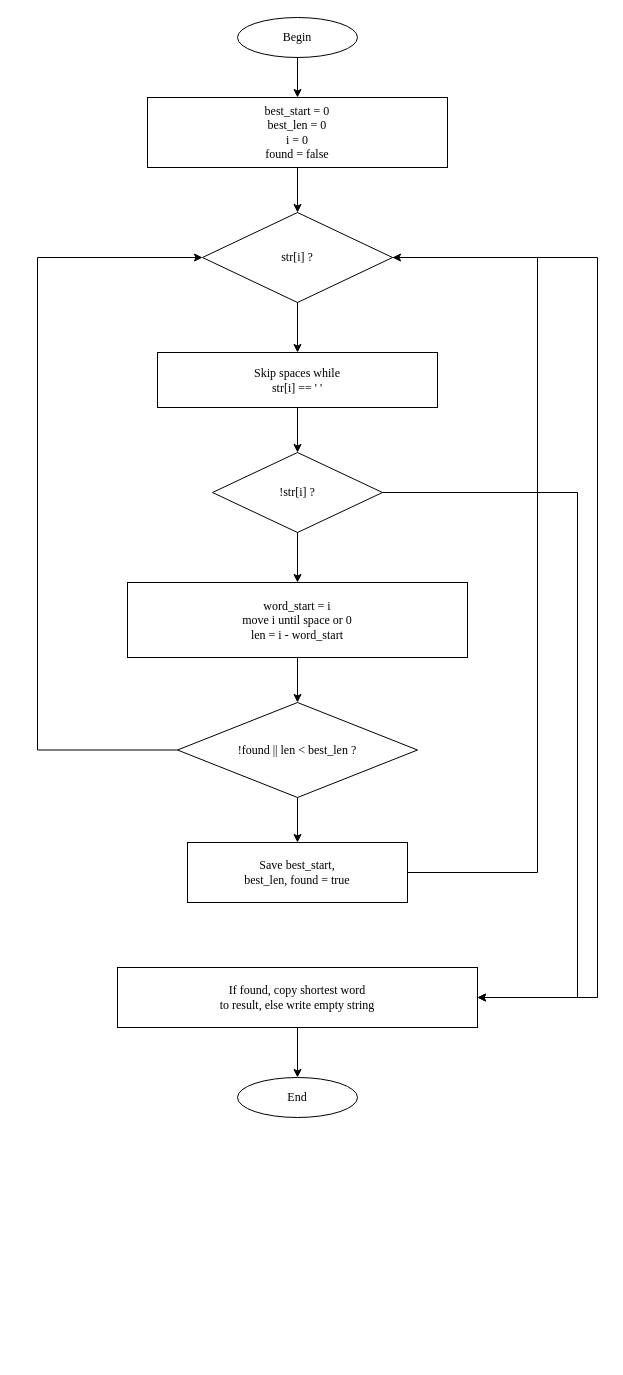
st93642/TSI keeps this draw.io diagram as page "shortestWord char*" (1 of 3) of LAB2_1/LAB2_1.drawio. Above is the earlier version. Source tidied: cells renumbered, new cells numbered last; positions are measured from the earlier drawing's top-left corner, leaving out a move shared by most shapes. Both pictures are drawn from the tidied source at 100%, with x=0, y=0 at pixel (37, 17).
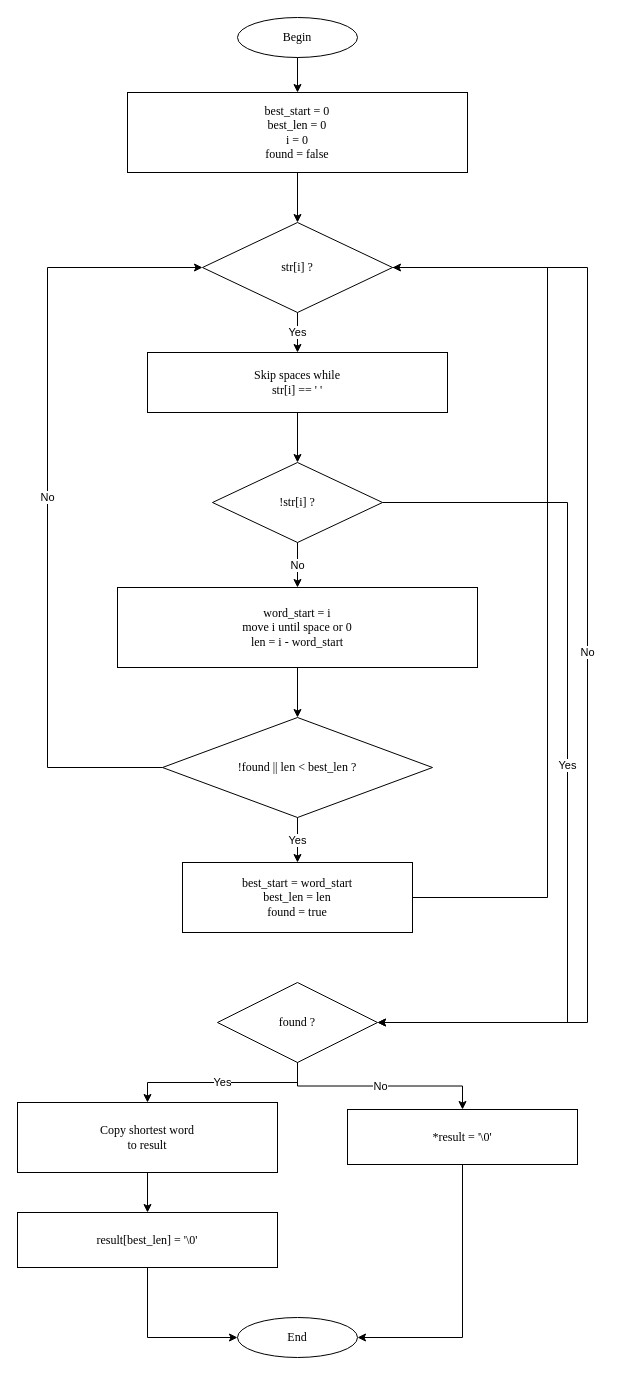
The same diagram, later.

The edit, as a diff of the source:
```diff
@@
     <mxCell id="3" value="best_start = 0&lt;br&gt;best_len = 0&lt;br&gt;i = 0&lt;br&gt;found = false" style="rounded=0;whiteSpace=wrap;html=1;fontFamily=Times New Roman;fontSize=12;" parent="1" vertex="1">
-      <mxGeometry x="110" y="80" width="300" height="70" as="geometry" />
+      <mxGeometry x="90" y="75" width="340" height="80" as="geometry" />
     </mxCell>
     <mxCell id="4" value="str[i] ?" style="rhombus;whiteSpace=wrap;html=1;fontFamily=Times New Roman;fontSize=12;" parent="1" vertex="1">
-      <mxGeometry x="165" y="195" width="190" height="90" as="geometry" />
+      <mxGeometry x="165" y="205" width="190" height="90" as="geometry" />
     </mxCell>
     <mxCell id="5" value="Skip spaces while&lt;br&gt;str[i] == ' '" style="rounded=0;whiteSpace=wrap;html=1;fontFamily=Times New Roman;fontSize=12;" parent="1" vertex="1">
-      <mxGeometry x="120" y="335" width="280" height="55" as="geometry" />
+      <mxGeometry x="110" y="335" width="300" height="60" as="geometry" />
     </mxCell>
     <mxCell id="6" value="!str[i] ?" style="rhombus;whiteSpace=wrap;html=1;fontFamily=Times New Roman;fontSize=12;" parent="1" vertex="1">
-      <mxGeometry x="175" y="435" width="170" height="80" as="geometry" />
+      <mxGeometry x="175" y="445" width="170" height="80" as="geometry" />
     </mxCell>
     <mxCell id="7" value="word_start = i&lt;br&gt;move i until space or 0&lt;br&gt;len = i - word_start" style="rounded=0;whiteSpace=wrap;html=1;fontFamily=Times New Roman;fontSize=12;" parent="1" vertex="1">
-      <mxGeometry x="90" y="565" width="340" height="75" as="geometry" />
+      <mxGeometry x="80" y="570" width="360" height="80" as="geometry" />
     </mxCell>
     <mxCell id="8" value="!found || len &lt; best_len ?" style="rhombus;whiteSpace=wrap;html=1;fontFamily=Times New Roman;fontSize=12;" parent="1" vertex="1">
-      <mxGeometry x="140" y="685" width="240" height="95" as="geometry" />
+      <mxGeometry x="125" y="700" width="270" height="100" as="geometry" />
     </mxCell>
-    <mxCell id="9" value="Save best_start,&lt;br&gt;best_len, found = true" style="rounded=0;whiteSpace=wrap;html=1;fontFamily=Times New Roman;fontSize=12;" parent="1" vertex="1">
-      <mxGeometry x="150" y="825" width="220" height="60" as="geometry" />
+    <mxCell id="9" value="best_start = word_start&lt;br&gt;best_len = len&lt;br&gt;found = true" style="rounded=0;whiteSpace=wrap;html=1;fontFamily=Times New Roman;fontSize=12;" parent="1" vertex="1">
+      <mxGeometry x="145" y="845" width="230" height="70" as="geometry" />
     </mxCell>
+    <mxCell id="24" value="found ?" style="rhombus;whiteSpace=wrap;html=1;fontFamily=Times New Roman;fontSize=12;" parent="1" vertex="1">
+      <mxGeometry x="180" y="965" width="160" height="80" as="geometry" />
+    </mxCell>
-    <mxCell id="10" value="If found, copy shortest word&lt;br&gt;to result, else write empty string" style="rounded=0;whiteSpace=wrap;html=1;fontFamily=Times New Roman;fontSize=12;" parent="1" vertex="1">
-      <mxGeometry x="80" y="950" width="360" height="60" as="geometry" />
+    <mxCell id="10" value="Copy shortest word&lt;br&gt;to result" style="rounded=0;whiteSpace=wrap;html=1;fontFamily=Times New Roman;fontSize=12;" parent="1" vertex="1">
+      <mxGeometry x="-20" y="1085" width="260" height="70" as="geometry" />
     </mxCell>
+    <mxCell id="25" value="result[best_len] = '\0'" style="rounded=0;whiteSpace=wrap;html=1;fontFamily=Times New Roman;fontSize=12;" parent="1" vertex="1">
+      <mxGeometry x="-20" y="1195" width="260" height="55" as="geometry" />
+    </mxCell>
+    <mxCell id="26" value="*result = '\0'" style="rounded=0;whiteSpace=wrap;html=1;fontFamily=Times New Roman;fontSize=12;" parent="1" vertex="1">
+      <mxGeometry x="310" y="1092" width="230" height="55" as="geometry" />
+    </mxCell>
     <mxCell id="11" value="End" style="ellipse;whiteSpace=wrap;html=1;fontFamily=Times New Roman;fontSize=12;" parent="1" vertex="1">
-      <mxGeometry x="200" y="1060" width="120" height="40" as="geometry" />
+      <mxGeometry x="200" y="1300" width="120" height="40" as="geometry" />
     </mxCell>
@@
-    <mxCell id="14" style="edgeStyle=orthogonalEdgeStyle;rounded=0;jettySize=auto;html=1;" parent="1" edge="1" source="4" target="5">
+    <mxCell id="14" value="Yes" style="edgeStyle=orthogonalEdgeStyle;rounded=0;jettySize=auto;html=1;" parent="1" edge="1" source="4" target="5">
       <mxGeometry relative="1" as="geometry" />
     </mxCell>
@@
-    <mxCell id="16" style="edgeStyle=orthogonalEdgeStyle;rounded=0;jettySize=auto;html=1;" parent="1" edge="1" source="6" target="7">
+    <mxCell id="16" value="No" style="edgeStyle=orthogonalEdgeStyle;rounded=0;jettySize=auto;html=1;" parent="1" edge="1" source="6" target="7">
       <mxGeometry relative="1" as="geometry" />
     </mxCell>
@@
-    <mxCell id="18" style="edgeStyle=orthogonalEdgeStyle;rounded=0;jettySize=auto;html=1;" parent="1" edge="1" source="8" target="9">
+    <mxCell id="18" value="Yes" style="edgeStyle=orthogonalEdgeStyle;rounded=0;jettySize=auto;html=1;" parent="1" edge="1" source="8" target="9">
       <mxGeometry relative="1" as="geometry" />
     </mxCell>
     <mxCell id="19" style="edgeStyle=orthogonalEdgeStyle;rounded=0;jettySize=auto;html=1;" parent="1" edge="1" source="9" target="4">
       <mxGeometry relative="1" as="geometry">
         <Array as="points">
-          <mxPoint x="500" y="855" />
-          <mxPoint x="500" y="240" />
+          <mxPoint x="510" y="880" />
+          <mxPoint x="510" y="250" />
         </Array>
       </mxGeometry>
     </mxCell>
-    <mxCell id="20" style="edgeStyle=orthogonalEdgeStyle;rounded=0;jettySize=auto;html=1;" parent="1" edge="1" source="4" target="10">
+    <mxCell id="20" value="No" style="edgeStyle=orthogonalEdgeStyle;rounded=0;jettySize=auto;html=1;" parent="1" edge="1" source="8" target="4">
       <mxGeometry relative="1" as="geometry">
         <Array as="points">
-          <mxPoint x="560" y="240" />
-          <mxPoint x="560" y="980" />
+          <mxPoint x="10" y="750" />
+          <mxPoint x="10" y="250" />
         </Array>
       </mxGeometry>
     </mxCell>
-    <mxCell id="21" style="edgeStyle=orthogonalEdgeStyle;rounded=0;jettySize=auto;html=1;" parent="1" edge="1" source="6" target="10">
+    <mxCell id="21" value="No" style="edgeStyle=orthogonalEdgeStyle;rounded=0;jettySize=auto;html=1;" parent="1" edge="1" source="4" target="24">
       <mxGeometry relative="1" as="geometry">
         <Array as="points">
-          <mxPoint x="540" y="475" />
-          <mxPoint x="540" y="980" />
+          <mxPoint x="550" y="250" />
+          <mxPoint x="550" y="1005" />
         </Array>
       </mxGeometry>
     </mxCell>
-    <mxCell id="22" style="edgeStyle=orthogonalEdgeStyle;rounded=0;jettySize=auto;html=1;" parent="1" edge="1" source="8" target="4">
+    <mxCell id="22" value="Yes" style="edgeStyle=orthogonalEdgeStyle;rounded=0;jettySize=auto;html=1;" parent="1" edge="1" source="6" target="24">
       <mxGeometry relative="1" as="geometry">
         <Array as="points">
-          <mxPoint y="732" />
-          <mxPoint y="240" />
+          <mxPoint x="530" y="485" />
+          <mxPoint x="530" y="1005" />
         </Array>
       </mxGeometry>
     </mxCell>
-    <mxCell id="23" style="edgeStyle=orthogonalEdgeStyle;rounded=0;jettySize=auto;html=1;" parent="1" edge="1" source="10" target="11">
+    <mxCell id="23" value="Yes" style="edgeStyle=orthogonalEdgeStyle;rounded=0;jettySize=auto;html=1;" parent="1" edge="1" source="24" target="10">
       <mxGeometry relative="1" as="geometry" />
     </mxCell>
+    <mxCell id="27" style="edgeStyle=orthogonalEdgeStyle;rounded=0;jettySize=auto;html=1;" parent="1" edge="1" source="10" target="25">
+      <mxGeometry relative="1" as="geometry" />
+    </mxCell>
+    <mxCell id="28" style="edgeStyle=orthogonalEdgeStyle;rounded=0;jettySize=auto;html=1;" parent="1" edge="1" source="25" target="11">
+      <mxGeometry relative="1" as="geometry">
+        <Array as="points">
+          <mxPoint x="110" y="1320" />
+        </Array>
+      </mxGeometry>
+    </mxCell>
+    <mxCell id="29" value="No" style="edgeStyle=orthogonalEdgeStyle;rounded=0;jettySize=auto;html=1;" parent="1" edge="1" source="24" target="26">
+      <mxGeometry relative="1" as="geometry" />
+    </mxCell>
+    <mxCell id="30" style="edgeStyle=orthogonalEdgeStyle;rounded=0;jettySize=auto;html=1;" parent="1" edge="1" source="26" target="11">
+      <mxGeometry relative="1" as="geometry">
+        <Array as="points">
+          <mxPoint x="425" y="1320" />
+        </Array>
+      </mxGeometry>
+    </mxCell>
```
